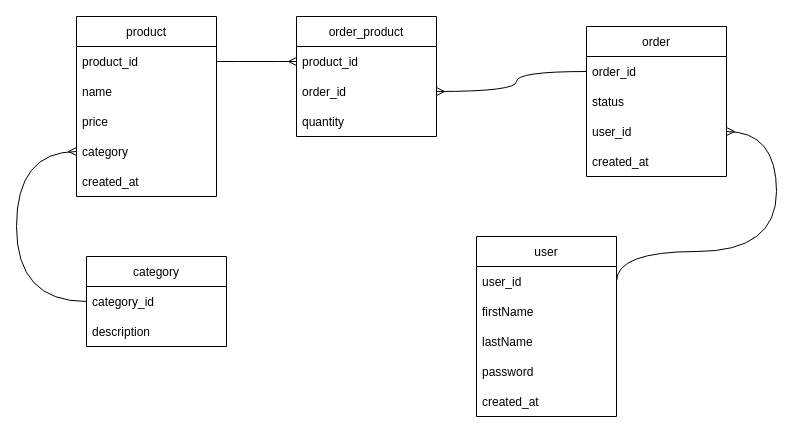
This is schema.drawio from x3bodee/Storefront-Backend, a draw.io file, before an edit. Source tidied: cells renumbered, new cells numbered last; positions are measured from the earlier drawing's top-left corner, leaving out a move shared by most shapes. Both pictures are drawn from the tidied source at 100%, with x=0, y=0 at pixel (16, 16).
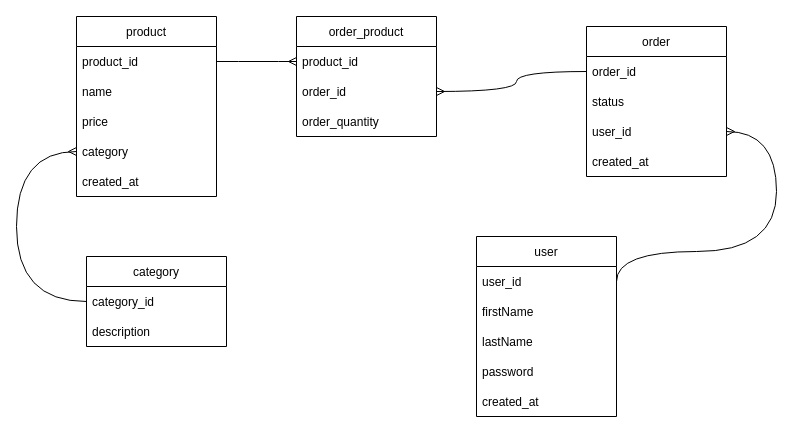
The same page after the edit.

Unchanged cells that the change refers to:
```xml
<mxCell id="19" value="order_product" style="swimlane;fontStyle=0;horizontal=1;startSize=30;" parent="1" vertex="1">
  <mxGeometry x="280" width="140" height="120" as="geometry" />
</mxCell>
```

Diff of the diagram source:
```diff
@@
-    <mxCell id="22" value="quantity" style="text;strokeColor=none;fillColor=none;align=left;verticalAlign=middle;spacingLeft=4;spacingRight=4;overflow=hidden;" parent="19" vertex="1">
+    <mxCell id="22" value="order_quantity" style="text;strokeColor=none;fillColor=none;align=left;verticalAlign=middle;spacingLeft=4;spacingRight=4;overflow=hidden;" parent="19" vertex="1">
       <mxGeometry y="90" width="140" height="30" as="geometry" />
     </mxCell>
```
